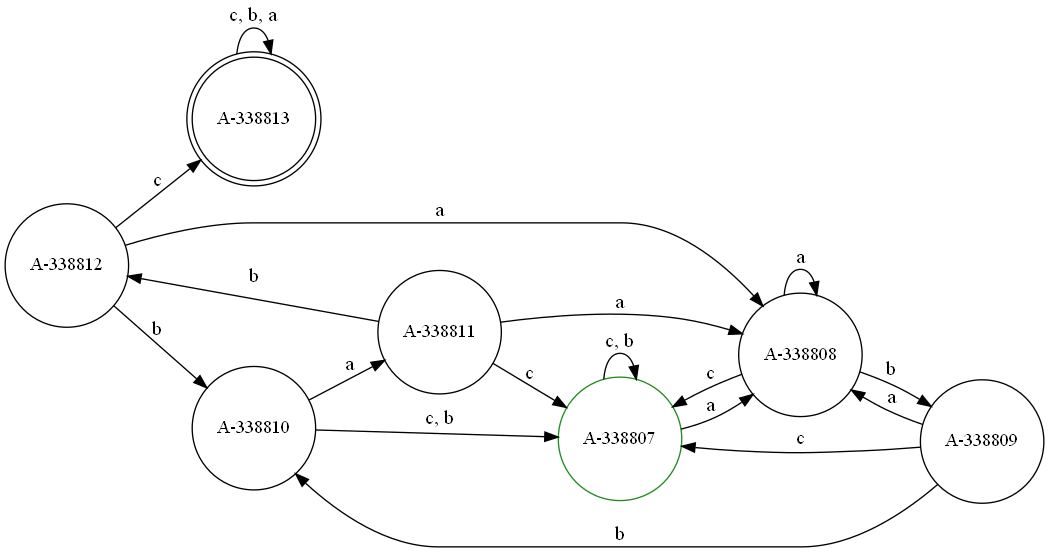
The Graphviz diagram Chapter 05 DFA/graph.png in morazanm/ATFL4CS-CODE, before a commit. Its source is kept beside it as Chapter 05 DFA/graph.dot. Source of this version:
```dot
digraph G {
    rankdir="LR";
    A338813 [label="A-338813", shape="doublecircle", color="black"];
    A338812 [label="A-338812", shape="circle", color="black"];
    A338811 [label="A-338811", shape="circle", color="black"];
    A338810 [label="A-338810", shape="circle", color="black"];
    A338809 [label="A-338809", shape="circle", color="black"];
    A338808 [label="A-338808", shape="circle", color="black"];
    A338807 [label="A-338807", shape="circle", color="forestgreen"];
    A338813 -> A338813 [label="c, b, a", fontsize=15];
    A338812 -> A338813 [label="c", fontsize=15];
    A338812 -> A338810 [label="b", fontsize=15];
    A338812 -> A338808 [label="a", fontsize=15];
    A338811 -> A338807 [label="c", fontsize=15];
    A338811 -> A338812 [label="b", fontsize=15];
    A338811 -> A338808 [label="a", fontsize=15];
    A338810 -> A338807 [label="c, b", fontsize=15];
    A338810 -> A338811 [label="a", fontsize=15];
    A338809 -> A338807 [label="c", fontsize=15];
    A338809 -> A338810 [label="b", fontsize=15];
    A338809 -> A338808 [label="a", fontsize=15];
    A338808 -> A338807 [label="c", fontsize=15];
    A338808 -> A338809 [label="b", fontsize=15];
    A338808 -> A338808 [label="a", fontsize=15];
    A338807 -> A338807 [label="c, b", fontsize=15];
    A338807 -> A338808 [label="a", fontsize=15];
}
```
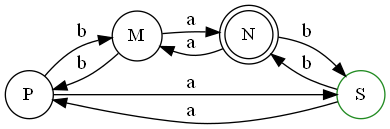
After the commit.

Change to the diagram source:
```diff
@@ -1,27 +1,15 @@
 digraph G {
     rankdir="LR";
-    A338813 [label="A-338813", shape="doublecircle", color="black"];
-    A338812 [label="A-338812", shape="circle", color="black"];
-    A338811 [label="A-338811", shape="circle", color="black"];
-    A338810 [label="A-338810", shape="circle", color="black"];
-    A338809 [label="A-338809", shape="circle", color="black"];
-    A338808 [label="A-338808", shape="circle", color="black"];
-    A338807 [label="A-338807", shape="circle", color="forestgreen"];
-    A338813 -> A338813 [label="c, b, a", fontsize=15];
-    A338812 -> A338813 [label="c", fontsize=15];
-    A338812 -> A338810 [label="b", fontsize=15];
-    A338812 -> A338808 [label="a", fontsize=15];
-    A338811 -> A338807 [label="c", fontsize=15];
-    A338811 -> A338812 [label="b", fontsize=15];
-    A338811 -> A338808 [label="a", fontsize=15];
-    A338810 -> A338807 [label="c, b", fontsize=15];
-    A338810 -> A338811 [label="a", fontsize=15];
-    A338809 -> A338807 [label="c", fontsize=15];
-    A338809 -> A338810 [label="b", fontsize=15];
-    A338809 -> A338808 [label="a", fontsize=15];
-    A338808 -> A338807 [label="c", fontsize=15];
-    A338808 -> A338809 [label="b", fontsize=15];
-    A338808 -> A338808 [label="a", fontsize=15];
-    A338807 -> A338807 [label="c, b", fontsize=15];
-    A338807 -> A338808 [label="a", fontsize=15];
+    P [label="P", shape="circle", color="black"];
+    N [label="N", shape="doublecircle", color="black"];
+    M [label="M", shape="circle", color="black"];
+    S [label="S", shape="circle", color="forestgreen"];
+    P -> M [label="b", fontsize=15];
+    P -> S [label="a", fontsize=15];
+    N -> S [label="b", fontsize=15];
+    N -> M [label="a", fontsize=15];
+    M -> P [label="b", fontsize=15];
+    M -> N [label="a", fontsize=15];
+    S -> N [label="b", fontsize=15];
+    S -> P [label="a", fontsize=15];
 }
```
